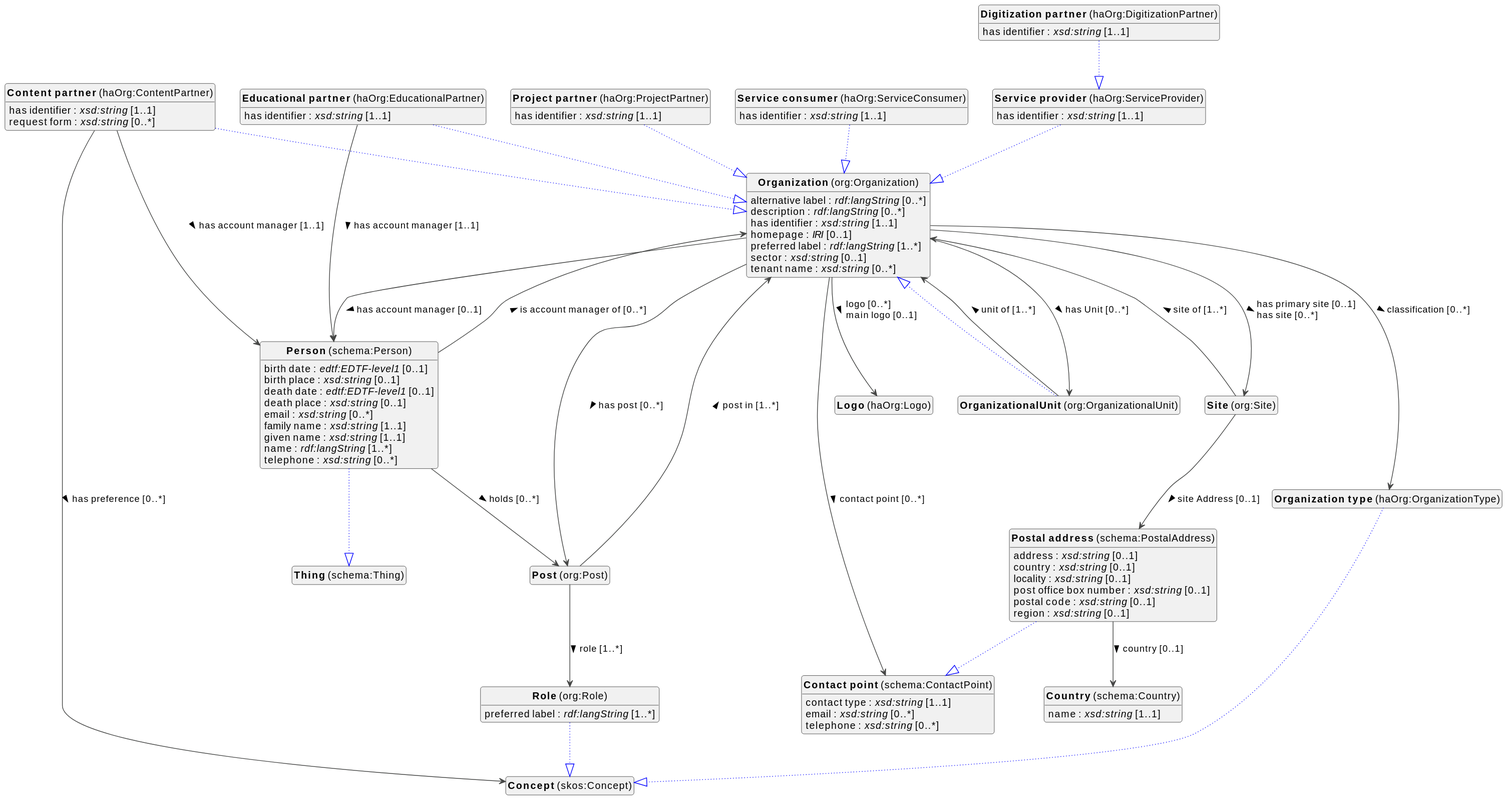
The PlantUML diagram docs/metadata/knowledge-graph/1.0.0/organizations/en/organizations-diagram.svg in viaacode/documentation, before a commit.
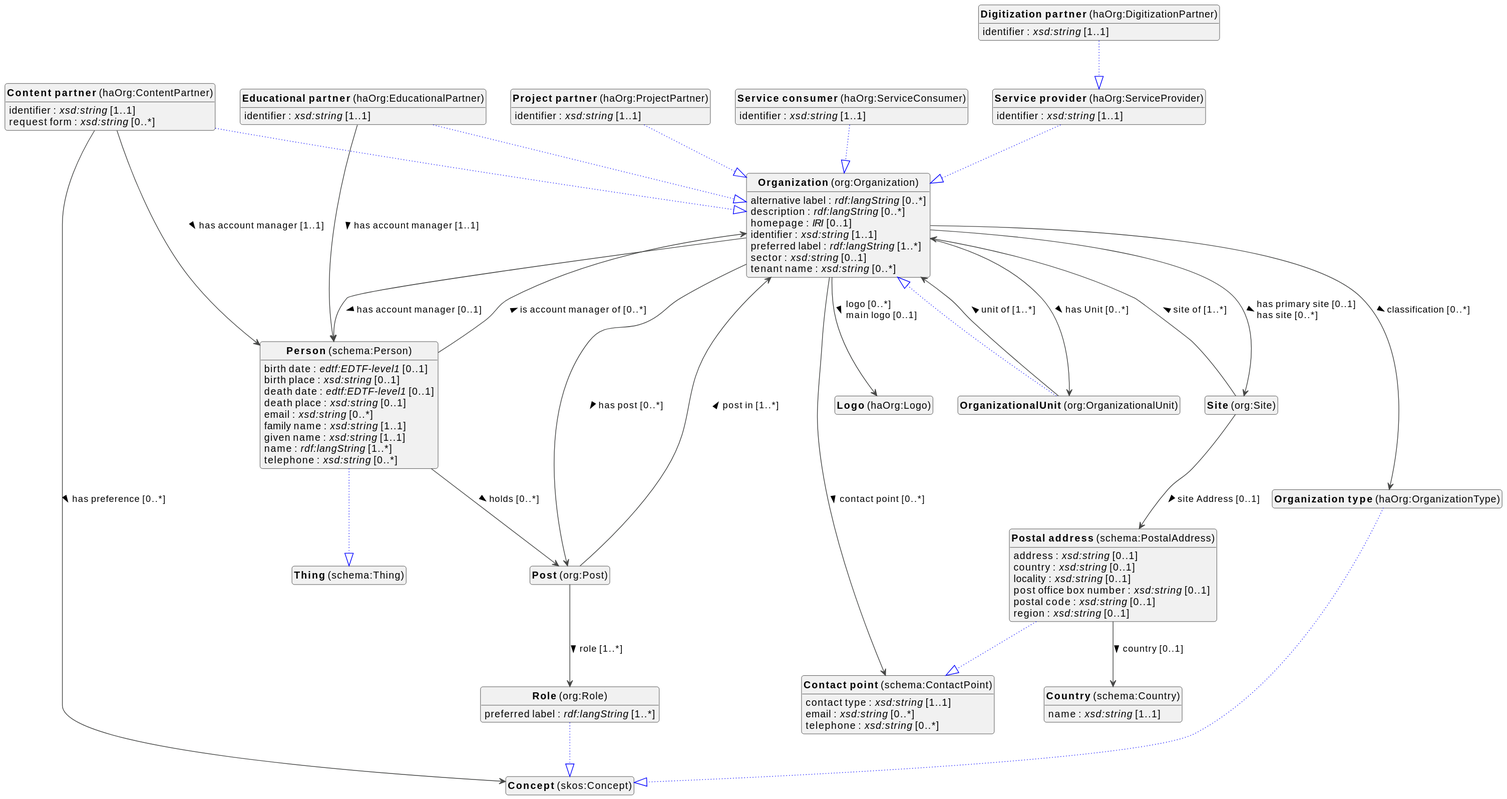
After the commit.

What changed in the source:
```diff
@@ -50,7 +50,7 @@
 
 haOrg_ContentPartner --|> org_Organization #blue;line.dotted;text:blue
 
-haOrg_ContentPartner : has identifier : <i>xsd:string</i> [1..1]
+haOrg_ContentPartner : identifier : <i>xsd:string</i> [1..1]
 haOrg_ContentPartner : request form : <i>xsd:string</i> [0..*]
 haOrg_ContentPartner --> schema_Person :has account manager [1..1]  >
 haOrg_ContentPartner --> skos_Concept :has preference [0..*]  >
@@ -62,12 +62,12 @@
 
 haOrg_DigitizationPartner --|> haOrg_ServiceProvider #blue;line.dotted;text:blue
 
-haOrg_DigitizationPartner : has identifier : <i>xsd:string</i> [1..1]
+haOrg_DigitizationPartner : identifier : <i>xsd:string</i> [1..1]
 
 
 haOrg_EducationalPartner --|> org_Organization #blue;line.dotted;text:blue
 
-haOrg_EducationalPartner : has identifier : <i>xsd:string</i> [1..1]
+haOrg_EducationalPartner : identifier : <i>xsd:string</i> [1..1]
 haOrg_EducationalPartner --> schema_Person :has account manager [1..1]  >
 
 
@@ -76,8 +76,8 @@
 
 org_Organization : alternative label : <i>rdf:langString</i> [0..*]
 org_Organization : description : <i>rdf:langString</i> [0..*]
-org_Organization : has identifier : <i>xsd:string</i> [1..1]
 org_Organization : homepage : <i>IRI</i> [0..1]
+org_Organization : identifier : <i>xsd:string</i> [1..1]
 org_Organization : preferred label : <i>rdf:langString</i> [1..*]
 org_Organization : sector : <i>xsd:string</i> [0..1]
 org_Organization : tenant name : <i>xsd:string</i> [0..*]
@@ -133,7 +133,7 @@
 
 haOrg_ProjectPartner --|> org_Organization #blue;line.dotted;text:blue
 
-haOrg_ProjectPartner : has identifier : <i>xsd:string</i> [1..1]
+haOrg_ProjectPartner : identifier : <i>xsd:string</i> [1..1]
 
 
 org_Role --|> skos_Concept #blue;line.dotted;text:blue
@@ -143,12 +143,12 @@
 
 haOrg_ServiceConsumer --|> org_Organization #blue;line.dotted;text:blue
 
-haOrg_ServiceConsumer : has identifier : <i>xsd:string</i> [1..1]
+haOrg_ServiceConsumer : identifier : <i>xsd:string</i> [1..1]
 
 
 haOrg_ServiceProvider --|> org_Organization #blue;line.dotted;text:blue
 
-haOrg_ServiceProvider : has identifier : <i>xsd:string</i> [1..1]
+haOrg_ServiceProvider : identifier : <i>xsd:string</i> [1..1]
 
 
 
```
